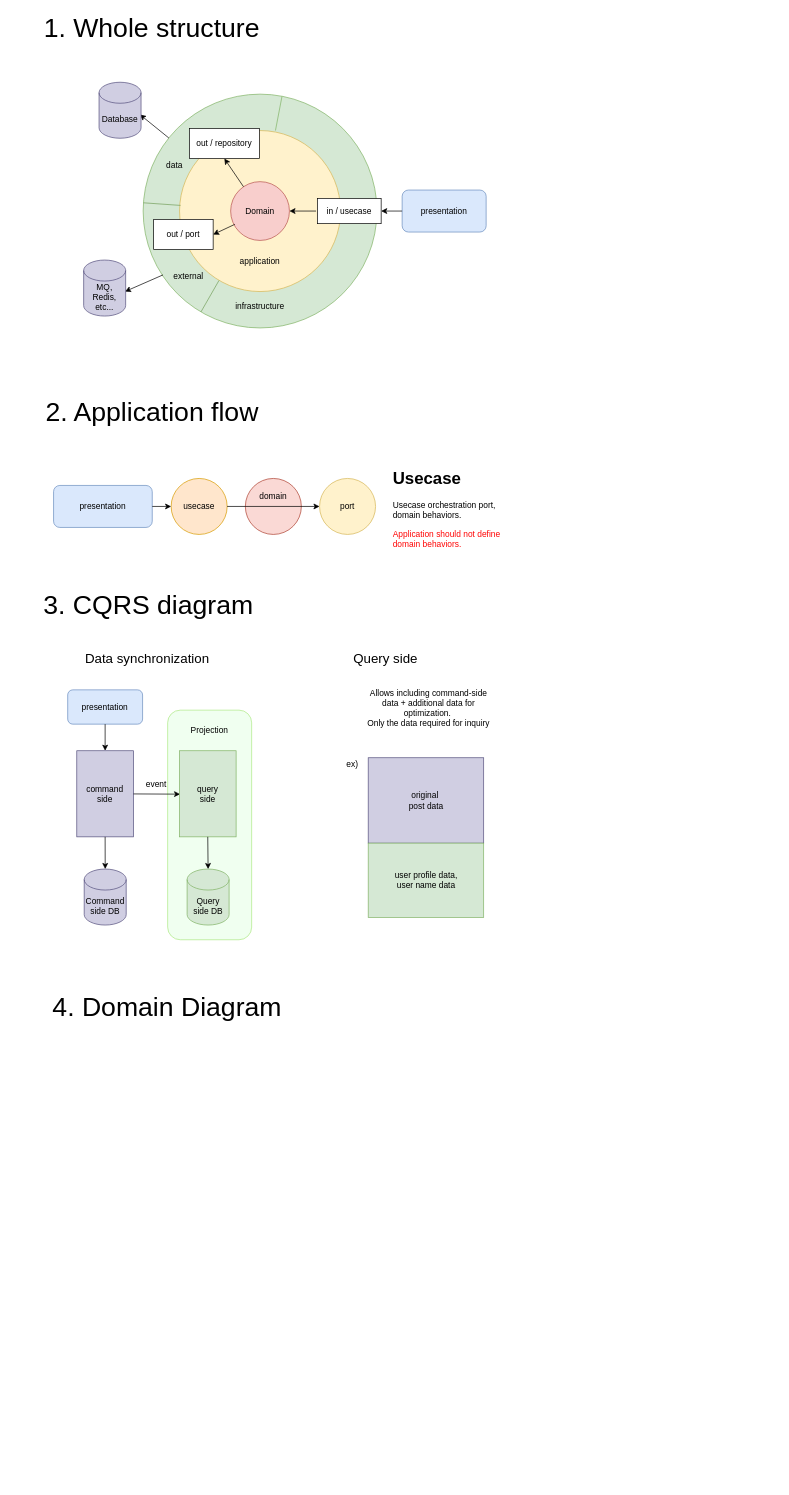
Earlier version of the draw.io diagram Untitled Diagram.drawio (kkm06100/Architectures). Source tidied: cells renumbered, new cells numbered last; positions are measured from the earlier drawing's top-left corner, leaving out a move shared by most shapes. Both pictures are drawn from the tidied source at 70%, with x=0, y=0 at pixel (12, 18).
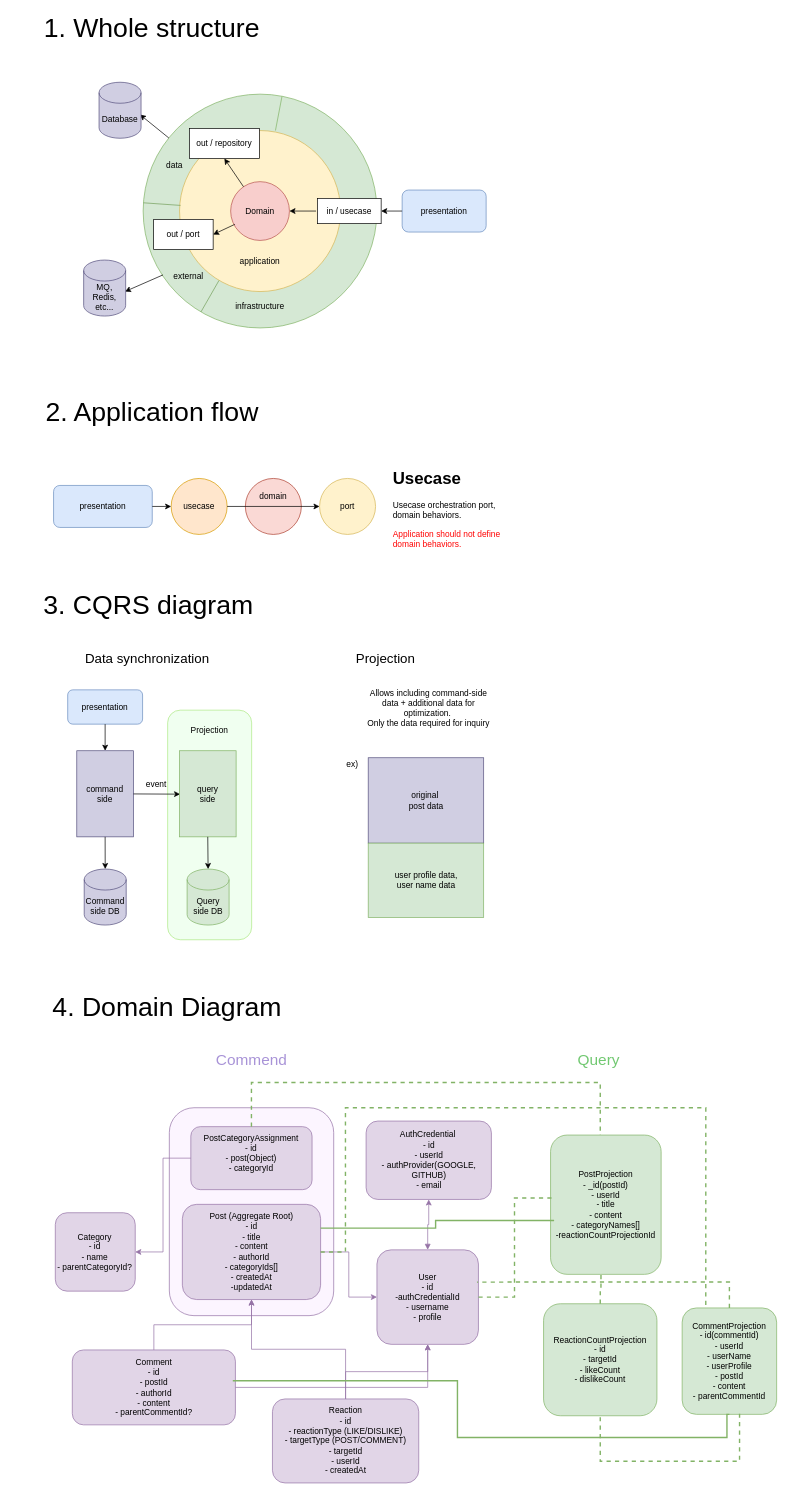
The same diagram, later.

Diff of the diagram source:
```diff
@@
+    <mxCell id="51" style="rounded=1;whiteSpace=wrap;html=1;fillColor=light-dark(#fcf5ff, #c7d1c1);strokeColor=#9673A6;" parent="1" vertex="1">
+      <mxGeometry x="224.4" y="1557" width="234.8" height="297" as="geometry" />
+    </mxCell>
@@
-    <mxCell id="44" value="&lt;font style=&quot;font-size: 19px;&quot;&gt;Query side&lt;/font&gt;" style="text;html=1;align=center;verticalAlign=middle;whiteSpace=wrap;rounded=0;" parent="1" vertex="1">
+    <mxCell id="44" value="&lt;font style=&quot;font-size: 19px;&quot;&gt;Projection&lt;/font&gt;" style="text;html=1;align=center;verticalAlign=middle;whiteSpace=wrap;rounded=0;" parent="1" vertex="1">
       <mxGeometry x="481" y="901" width="105" height="30" as="geometry" />
     </mxCell>
@@
+    <mxCell id="52" value="Category&lt;br&gt;- id&lt;br&gt;- name&lt;br&gt;- parentCategoryId?" style="rounded=1;whiteSpace=wrap;html=1;strokeColor=#9673a6;fillColor=#e1d5e7;fontSize=12;" parent="1" vertex="1">
+      <mxGeometry x="61.5" y="1707" width="114.2" height="112" as="geometry" />
+    </mxCell>
+    <mxCell id="53" value="User&lt;br&gt;- id&lt;div&gt;-authCredentialId&lt;br&gt;&lt;div&gt;- username&lt;br&gt;- profile&lt;/div&gt;&lt;/div&gt;" style="rounded=1;whiteSpace=wrap;html=1;strokeColor=#9673a6;fillColor=#e1d5e7;fontSize=12;" parent="1" vertex="1">
+      <mxGeometry x="521" y="1760" width="145" height="135" as="geometry" />
+    </mxCell>
+    <mxCell id="54" value="Post (Aggregate Root)&lt;br&gt;- id&lt;br&gt;- title&lt;br&gt;- content&lt;br&gt;- authorId&lt;br&gt;- categoryIds[]&lt;br&gt;- createdAt&lt;div&gt;-updatedAt&lt;/div&gt;" style="rounded=1;whiteSpace=wrap;html=1;strokeColor=#9673a6;fillColor=#e1d5e7;fontSize=12;" parent="1" vertex="1">
+      <mxGeometry x="243" y="1695" width="197.5" height="136" as="geometry" />
+    </mxCell>
+    <mxCell id="55" value="Comment&lt;br&gt;- id&lt;br&gt;- postId&lt;br&gt;- authorId&lt;br&gt;- content&lt;br&gt;- parentCommentId?" style="rounded=1;whiteSpace=wrap;html=1;strokeColor=#9673a6;fillColor=#e1d5e7;fontSize=12;" parent="1" vertex="1">
+      <mxGeometry x="85.8" y="1903" width="233" height="107" as="geometry" />
+    </mxCell>
+    <mxCell id="56" value="&lt;div&gt;Reaction&lt;/div&gt;&lt;div&gt;&lt;span style=&quot;background-color: transparent; color: light-dark(rgb(0, 0, 0), rgb(255, 255, 255));&quot;&gt;- id&lt;/span&gt;&lt;/div&gt;&lt;div&gt;&lt;span style=&quot;background-color: transparent; color: light-dark(rgb(0, 0, 0), rgb(255, 255, 255));&quot;&gt;- reactionType (LIKE/DISLIKE)&lt;/span&gt;&lt;/div&gt;- targetType (POST/COMMENT)&lt;br&gt;- targetId&lt;br&gt;- userId&lt;br&gt;- createdAt" style="rounded=1;whiteSpace=wrap;html=1;strokeColor=#9673a6;fillColor=#e1d5e7;fontSize=12;" parent="1" vertex="1">
+      <mxGeometry x="371.7" y="1973" width="209" height="120" as="geometry" />
+    </mxCell>
+    <mxCell id="57" style="edgeStyle=orthogonalEdgeStyle;rounded=0;jettySize=auto;fillColor=#e1d5e7;strokeColor=#9673a6;" parent="1" edge="1" source="54" target="53">
+      <mxGeometry relative="1" as="geometry" />
+    </mxCell>
+    <mxCell id="58" style="edgeStyle=orthogonalEdgeStyle;rounded=0;jettySize=auto;fillColor=#e1d5e7;strokeColor=#9673a6;" parent="1" edge="1" source="55" target="54">
+      <mxGeometry relative="1" as="geometry" />
+    </mxCell>
+    <mxCell id="59" style="edgeStyle=orthogonalEdgeStyle;rounded=0;jettySize=auto;fillColor=#e1d5e7;strokeColor=#9673a6;" parent="1" edge="1" source="55" target="53">
+      <mxGeometry relative="1" as="geometry" />
+    </mxCell>
+    <mxCell id="60" style="edgeStyle=orthogonalEdgeStyle;rounded=0;jettySize=auto;fillColor=#e1d5e7;strokeColor=#9673a6;" parent="1" edge="1" source="56" target="53">
+      <mxGeometry relative="1" as="geometry" />
+    </mxCell>
+    <mxCell id="61" style="edgeStyle=orthogonalEdgeStyle;rounded=0;jettySize=auto;fillColor=#e1d5e7;strokeColor=#9673a6;" parent="1" edge="1" source="56" target="54">
+      <mxGeometry relative="1" as="geometry" />
+    </mxCell>
+    <mxCell id="62" value="PostProjection&lt;div&gt;&lt;span style=&quot;background-color: transparent; color: light-dark(rgb(0, 0, 0), rgb(255, 255, 255));&quot;&gt;- _id(postId)&lt;/span&gt;&lt;/div&gt;&lt;div&gt;- userId&lt;/div&gt;&lt;div&gt;&lt;span style=&quot;background-color: transparent; color: light-dark(rgb(0, 0, 0), rgb(255, 255, 255));&quot;&gt;- title&lt;/span&gt;&lt;/div&gt;&lt;div&gt;- content&lt;/div&gt;&lt;div&gt;&lt;span style=&quot;background-color: transparent; color: light-dark(rgb(0, 0, 0), rgb(255, 255, 255));&quot;&gt;- categoryNames[]&lt;/span&gt;&lt;/div&gt;&lt;div&gt;-reactionCountProjectionId&lt;/div&gt;" style="rounded=1;whiteSpace=wrap;html=1;fillColor=#d5e8d4;strokeColor=#82b366;" parent="1" vertex="1">
+      <mxGeometry x="769" y="1596" width="158" height="199" as="geometry" />
+    </mxCell>
+    <mxCell id="63" value="AuthCredential&amp;nbsp;&lt;div&gt;- id&lt;/div&gt;&lt;div&gt;- userId&lt;/div&gt;&lt;div&gt;- authProvider(GOOGLE, GITHUB)&lt;/div&gt;&lt;div&gt;-&amp;nbsp;email&lt;/div&gt;" style="rounded=1;whiteSpace=wrap;html=1;fillColor=#e1d5e7;strokeColor=#9673a6;" parent="1" vertex="1">
+      <mxGeometry x="505.5" y="1576" width="179" height="112" as="geometry" />
+    </mxCell>
+    <mxCell id="64" style="endArrow=classic;html=1;rounded=0;exitX=0.5;exitY=0;exitDx=0;exitDy=0;entryX=0.5;entryY=1;entryDx=0;entryDy=0;edgeStyle=orthogonalEdgeStyle;fillColor=#e1d5e7;strokeColor=#9673a6;startArrow=block;startFill=1;" parent="1" edge="1" source="53" target="63">
+      <mxGeometry relative="1" as="geometry" />
+    </mxCell>
+    <mxCell id="65" value="ReactionCountProjection&lt;div&gt;- id&lt;/div&gt;&lt;div&gt;- targetId&lt;/div&gt;&lt;div&gt;- likeCount&lt;/div&gt;&lt;div&gt;- dislikeCount&lt;/div&gt;" style="rounded=1;whiteSpace=wrap;html=1;fillColor=#d5e8d4;strokeColor=#82b366;" parent="1" vertex="1">
+      <mxGeometry x="759" y="1837" width="162" height="160" as="geometry" />
+    </mxCell>
+    <mxCell id="66" value="PostCategoryAssignment&lt;div&gt;- id&lt;/div&gt;&lt;div&gt;- post(Object)&lt;/div&gt;&lt;div&gt;- categoryId&lt;/div&gt;&lt;div&gt;&lt;br&gt;&lt;/div&gt;" style="rounded=1;whiteSpace=wrap;html=1;fillColor=#e1d5e7;strokeColor=#9673a6;" parent="1" vertex="1">
+      <mxGeometry x="255.1" y="1584" width="173.2" height="90" as="geometry" />
+    </mxCell>
+    <mxCell id="67" style="endArrow=classic;html=1;rounded=0;exitX=0;exitY=0.5;exitDx=0;exitDy=0;entryX=1;entryY=0.5;entryDx=0;entryDy=0;edgeStyle=orthogonalEdgeStyle;fillColor=#e1d5e7;strokeColor=#9673a6;" parent="1" edge="1" source="66" target="52">
+      <mxGeometry relative="1" as="geometry" />
+    </mxCell>
+    <mxCell id="68" value="&lt;font style=&quot;font-size: 22px; color: rgb(168, 147, 215);&quot;&gt;Commend&lt;/font&gt;" style="text;html=1;align=center;verticalAlign=middle;whiteSpace=wrap;rounded=0;" parent="1" vertex="1">
+      <mxGeometry x="311.7" y="1474" width="60" height="30" as="geometry" />
+    </mxCell>
+    <mxCell id="69" value="&lt;font style=&quot;font-size: 22px; color: rgb(113, 200, 113);&quot;&gt;Query&lt;/font&gt;" style="text;html=1;align=center;verticalAlign=middle;whiteSpace=wrap;rounded=0;" parent="1" vertex="1">
+      <mxGeometry x="808" y="1474" width="60" height="30" as="geometry" />
+    </mxCell>
+    <mxCell id="70" style="endArrow=none;html=1;strokeWidth=2;rounded=0;edgeStyle=orthogonalEdgeStyle;exitX=0.5;exitY=0;exitDx=0;exitDy=0;fillColor=#d5e8d4;strokeColor=#82b366;dashed=1;" parent="1" edge="1" source="66" target="62">
+      <mxGeometry relative="1" as="geometry">
+        <Array as="points">
+          <mxPoint x="342" y="1521" />
+          <mxPoint x="840" y="1521" />
+        </Array>
+      </mxGeometry>
+    </mxCell>
+    <mxCell id="71" style="endArrow=none;dashed=1;html=1;strokeWidth=2;rounded=0;edgeStyle=orthogonalEdgeStyle;entryX=0.019;entryY=0.452;entryDx=0;entryDy=0;entryPerimeter=0;fillColor=#d5e8d4;strokeColor=#82b366;" parent="1" edge="1" source="53" target="62">
+      <mxGeometry relative="1" as="geometry" />
+    </mxCell>
+    <mxCell id="72" style="endArrow=none;dashed=1;html=1;strokeWidth=2;rounded=0;edgeStyle=orthogonalEdgeStyle;entryX=0.456;entryY=1.005;entryDx=0;entryDy=0;entryPerimeter=0;fillColor=#d5e8d4;strokeColor=#82b366;exitX=0.5;exitY=0;exitDx=0;exitDy=0;" parent="1" edge="1" source="65" target="62">
+      <mxGeometry relative="1" as="geometry" />
+    </mxCell>
+    <mxCell id="73" value="CommentProjection&lt;div&gt;- id(commentId)&lt;/div&gt;&lt;div&gt;- userId&lt;/div&gt;&lt;div&gt;- userName&lt;/div&gt;&lt;div&gt;&lt;span style=&quot;background-color: transparent; color: light-dark(rgb(0, 0, 0), rgb(255, 255, 255));&quot;&gt;- userProfile&lt;/span&gt;&lt;/div&gt;&lt;div&gt;- postId&lt;/div&gt;&lt;div&gt;- content&lt;/div&gt;&lt;div&gt;-&amp;nbsp;&lt;span style=&quot;background-color: transparent; color: light-dark(rgb(0, 0, 0), rgb(255, 255, 255));&quot;&gt;parentCommentId&lt;/span&gt;&lt;/div&gt;" style="rounded=1;whiteSpace=wrap;html=1;fillColor=#d5e8d4;strokeColor=#82b366;" parent="1" vertex="1">
+      <mxGeometry x="957" y="1843" width="135" height="152" as="geometry" />
+    </mxCell>
+    <mxCell id="74" style="endArrow=none;html=1;rounded=0;entryX=0.032;entryY=0.613;entryDx=0;entryDy=0;exitX=1;exitY=0.25;exitDx=0;exitDy=0;entryPerimeter=0;fillColor=#d5e8d4;strokeColor=#82b366;jumpSize=6;edgeStyle=orthogonalEdgeStyle;endSize=11;startSize=12;strokeWidth=2;" parent="1" edge="1" source="54" target="62">
+      <mxGeometry relative="1" as="geometry" />
+    </mxCell>
+    <mxCell id="75" style="endArrow=none;html=1;rounded=0;exitX=0.984;exitY=0.411;exitDx=0;exitDy=0;exitPerimeter=0;entryX=0.5;entryY=1;entryDx=0;entryDy=0;strokeWidth=2;fillColor=#d5e8d4;strokeColor=#82b366;edgeStyle=orthogonalEdgeStyle;" parent="1" edge="1" source="55" target="73">
+      <mxGeometry relative="1" as="geometry">
+        <Array as="points">
+          <mxPoint x="636" y="1947" />
+          <mxPoint x="636" y="2028" />
+          <mxPoint x="1021" y="2028" />
+        </Array>
+      </mxGeometry>
+    </mxCell>
+    <mxCell id="76" style="endArrow=none;dashed=1;html=1;strokeWidth=2;rounded=0;exitX=0.5;exitY=0;exitDx=0;exitDy=0;entryX=0.986;entryY=0.341;entryDx=0;entryDy=0;entryPerimeter=0;edgeStyle=orthogonalEdgeStyle;fillColor=#d5e8d4;strokeColor=#82b366;" parent="1" edge="1" source="73" target="53">
+      <mxGeometry relative="1" as="geometry" />
+    </mxCell>
+    <mxCell id="77" style="endArrow=none;dashed=1;html=1;strokeWidth=2;rounded=0;entryX=0.5;entryY=1;entryDx=0;entryDy=0;edgeStyle=orthogonalEdgeStyle;fillColor=#d5e8d4;strokeColor=#82b366;" parent="1" edge="1" target="65">
+      <mxGeometry relative="1" as="geometry">
+        <mxPoint x="1040" y="1995" as="sourcePoint" />
+        <Array as="points">
+          <mxPoint x="1039" y="2062" />
+          <mxPoint x="840" y="2062" />
+        </Array>
+      </mxGeometry>
+    </mxCell>
+    <mxCell id="78" style="endArrow=none;dashed=1;html=1;strokeWidth=2;rounded=0;entryX=0.25;entryY=0;entryDx=0;entryDy=0;edgeStyle=orthogonalEdgeStyle;fillColor=#d5e8d4;strokeColor=#82b366;" parent="1" edge="1" source="54" target="73">
+      <mxGeometry relative="1" as="geometry">
+        <Array as="points">
+          <mxPoint x="476" y="1763" />
+          <mxPoint x="476" y="1557" />
+          <mxPoint x="991" y="1557" />
+        </Array>
+      </mxGeometry>
+    </mxCell>
```
